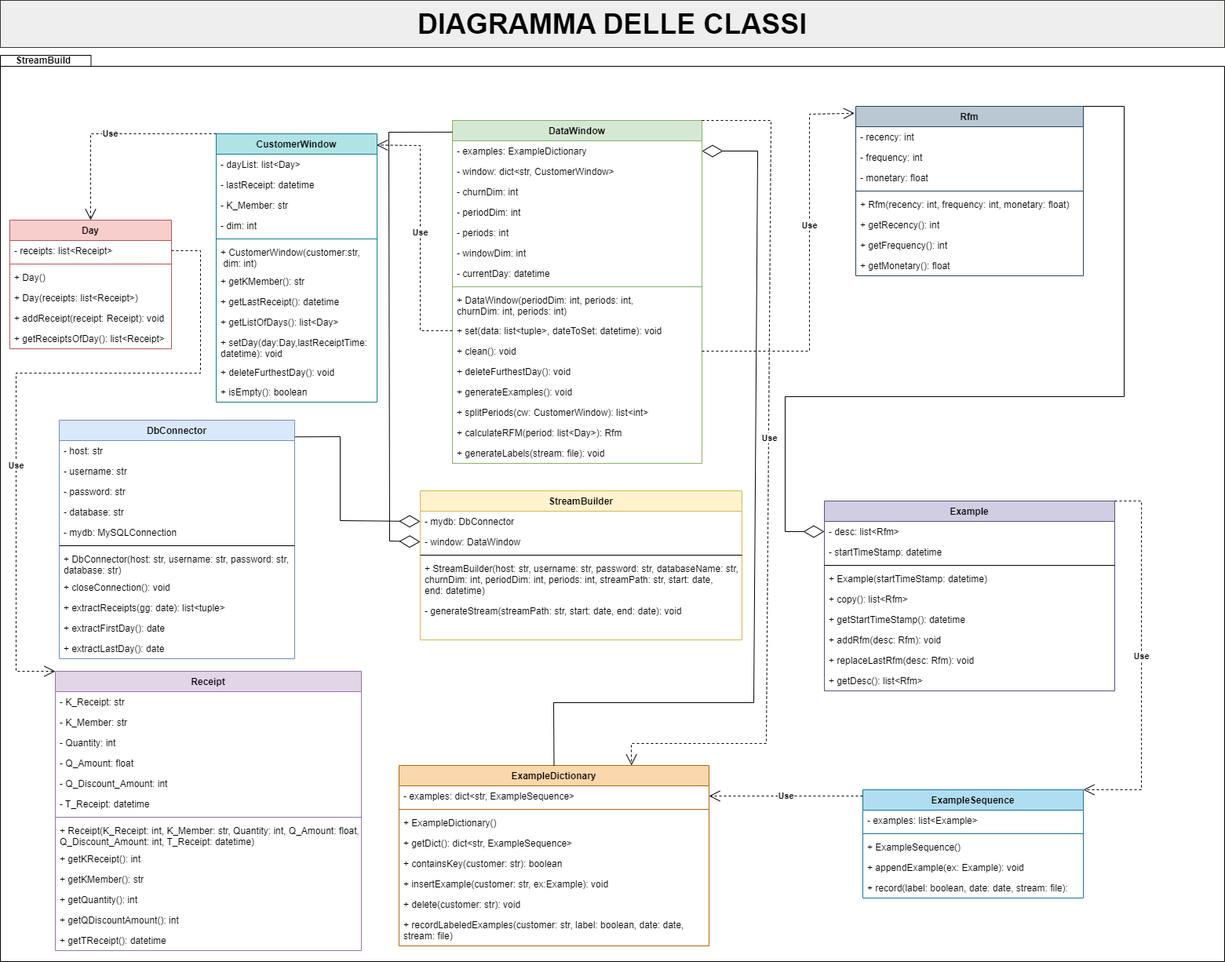
Before: resources/diagrams/Diagramma delle Classi.drawio.png, a diagram exported from draw.io (fralaw/rfm_stream_builder). Source tidied: cells renumbered, new cells last; positions are measured from the earlier drawing's top-left corner, leaving out a move shared by most shapes.
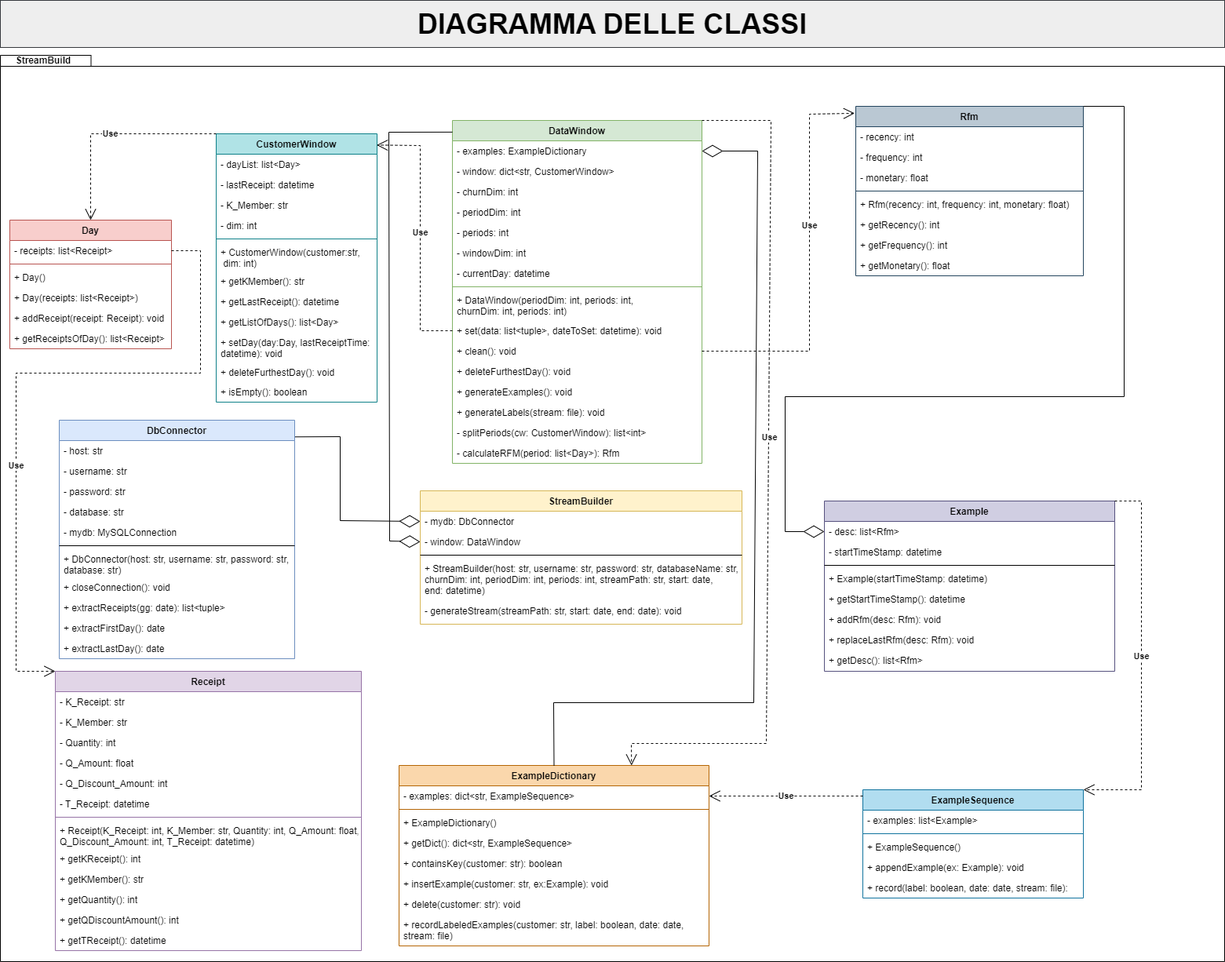
The same diagram one commit later.

Commit message:
Modificata visibilità di due metodi e rimosso copy di example.

The edit, as a diff of the source:
```diff
@@ -42,7 +42,7 @@
       <mxGeometry y="278" width="300" height="26" as="geometry" />
     </mxCell>
     <mxCell id="15" value="StreamBuilder" style="swimlane;fontStyle=1;align=center;verticalAlign=top;horizontal=1;startSize=26;rounded=0;shadow=0;strokeWidth=1;fillColor=#fff2cc;strokeColor=#d6b656;" parent="1" vertex="1">
-      <mxGeometry x="535" y="625" width="410" height="190" as="geometry" />
+      <mxGeometry x="535" y="625" width="410" height="170" as="geometry" />
     </mxCell>
     <mxCell id="16" value="- mydb: DbConnector" style="text;align=left;verticalAlign=top;spacingLeft=4;spacingRight=4;overflow=hidden;points=[[0,0.5],[1,0.5]];portConstraint=eastwest;" parent="15" vertex="1">
       <mxGeometry y="26" width="410" height="26" as="geometry" />
@@ -57,10 +57,10 @@
       <mxGeometry y="86" width="410" height="54" as="geometry" />
     </mxCell>
     <mxCell id="20" value="- generateStream(streamPath: str, start: date, end: date): void" style="text;align=left;verticalAlign=top;spacingLeft=4;spacingRight=4;overflow=hidden;" parent="15" vertex="1">
-      <mxGeometry y="140" width="410" height="45" as="geometry" />
+      <mxGeometry y="140" width="410" height="30" as="geometry" />
     </mxCell>
     <mxCell id="21" value="Example" style="swimlane;fontStyle=1;align=center;verticalAlign=top;horizontal=1;startSize=26;rounded=0;shadow=0;strokeWidth=1;fillColor=#d0cee2;strokeColor=#56517e;" parent="1" vertex="1">
-      <mxGeometry x="1050" y="638" width="370" height="242" as="geometry" />
+      <mxGeometry x="1050" y="638" width="370" height="217" as="geometry" />
     </mxCell>
     <mxCell id="22" value="- desc: list&lt;Rfm&gt;" style="text;align=left;verticalAlign=top;spacingLeft=4;spacingRight=4;overflow=hidden;points=[[0,0.5],[1,0.5]];portConstraint=eastwest;" parent="21" vertex="1">
       <mxGeometry y="26" width="370" height="26" as="geometry" />
@@ -74,20 +74,17 @@
     <mxCell id="25" value="+ Example(startTimeStamp: datetime)" style="text;align=left;verticalAlign=top;spacingLeft=4;spacingRight=4;overflow=hidden;" parent="21" vertex="1">
       <mxGeometry y="86" width="370" height="26" as="geometry" />
     </mxCell>
-    <mxCell id="26" value="+ copy(): list&lt;Rfm&gt;" style="text;align=left;verticalAlign=top;spacingLeft=4;spacingRight=4;overflow=hidden;" parent="21" vertex="1">
-      <mxGeometry y="112" width="370" height="26" as="geometry" />
-    </mxCell>
     <mxCell id="27" value="+ getStartTimeStamp(): datetime" style="text;align=left;verticalAlign=top;spacingLeft=4;spacingRight=4;overflow=hidden;" parent="21" vertex="1">
-      <mxGeometry y="138" width="370" height="26" as="geometry" />
+      <mxGeometry y="112" width="370" height="26" as="geometry" />
     </mxCell>
     <mxCell id="28" value="+ addRfm(desc: Rfm): void" style="text;align=left;verticalAlign=top;spacingLeft=4;spacingRight=4;overflow=hidden;" parent="21" vertex="1">
-      <mxGeometry y="164" width="370" height="26" as="geometry" />
+      <mxGeometry y="138" width="370" height="26" as="geometry" />
     </mxCell>
     <mxCell id="29" value="+ replaceLastRfm(desc: Rfm): void" style="text;align=left;verticalAlign=top;spacingLeft=4;spacingRight=4;overflow=hidden;" parent="21" vertex="1">
-      <mxGeometry y="190" width="370" height="26" as="geometry" />
+      <mxGeometry y="164" width="370" height="26" as="geometry" />
     </mxCell>
     <mxCell id="30" value="+ getDesc(): list&lt;Rfm&gt;" style="text;align=left;verticalAlign=top;spacingLeft=4;spacingRight=4;overflow=hidden;" parent="21" vertex="1">
-      <mxGeometry y="216" width="370" height="26" as="geometry" />
+      <mxGeometry y="190" width="370" height="26" as="geometry" />
     </mxCell>
     <mxCell id="31" value="Rfm" style="swimlane;fontStyle=1;align=center;verticalAlign=top;horizontal=1;startSize=26;strokeColor=#23445d;fillColor=#bac8d3;" parent="1" vertex="1">
       <mxGeometry x="1090" y="135" width="290" height="216" as="geometry" />
@@ -164,15 +161,15 @@
     <mxCell id="55" value="+ generateExamples(): void" style="text;strokeColor=none;fillColor=none;align=left;verticalAlign=top;spacingLeft=4;spacingRight=4;overflow=hidden;" parent="42" vertex="1">
       <mxGeometry y="333" width="318" height="26" as="geometry" />
     </mxCell>
+    <mxCell id="58" value="+ generateLabels(stream: file): void" style="text;strokeColor=none;fillColor=none;align=left;verticalAlign=top;spacingLeft=4;spacingRight=4;overflow=hidden;" parent="42" vertex="1">
+      <mxGeometry y="359" width="318" height="26" as="geometry" />
+    </mxCell>
-    <mxCell id="56" value="+ splitPeriods(cw: CustomerWindow): list&lt;int&gt;" style="text;strokeColor=none;fillColor=none;align=left;verticalAlign=top;spacingLeft=4;spacingRight=4;overflow=hidden;" parent="42" vertex="1">
-      <mxGeometry y="359" width="318" height="26" as="geometry" />
+    <mxCell id="56" value="- splitPeriods(cw: CustomerWindow): list&lt;int&gt;" style="text;strokeColor=none;fillColor=none;align=left;verticalAlign=top;spacingLeft=4;spacingRight=4;overflow=hidden;" parent="42" vertex="1">
+      <mxGeometry y="385" width="318" height="26" as="geometry" />
     </mxCell>
-    <mxCell id="57" value="+ calculateRFM(period: list&lt;Day&gt;): Rfm" style="text;strokeColor=none;fillColor=none;align=left;verticalAlign=top;spacingLeft=4;spacingRight=4;overflow=hidden;" parent="42" vertex="1">
-      <mxGeometry y="385" width="318" height="26" as="geometry" />
+    <mxCell id="57" value="- calculateRFM(period: list&lt;Day&gt;): Rfm" style="text;strokeColor=none;fillColor=none;align=left;verticalAlign=top;spacingLeft=4;spacingRight=4;overflow=hidden;" parent="42" vertex="1">
+      <mxGeometry y="411" width="318" height="26" as="geometry" />
     </mxCell>
-    <mxCell id="58" value="+ generateLabels(stream: file): void" style="text;strokeColor=none;fillColor=none;align=left;verticalAlign=top;spacingLeft=4;spacingRight=4;overflow=hidden;" parent="42" vertex="1">
-      <mxGeometry y="411" width="318" height="26" as="geometry" />
-    </mxCell>
     <mxCell id="59" value="ExampleDictionary" style="swimlane;fontStyle=1;align=center;verticalAlign=top;horizontal=1;startSize=26;strokeColor=#b46504;fillColor=#fad7ac;" parent="1" vertex="1">
       <mxGeometry x="508" y="975" width="395" height="230" as="geometry" />
     </mxCell>
@@ -338,7 +335,7 @@
     <mxCell id="107" value="+ getListOfDays(): list&lt;Day&gt;" style="text;strokeColor=none;fillColor=none;align=left;verticalAlign=top;spacingLeft=4;spacingRight=4;overflow=hidden;" parent="98" vertex="1">
       <mxGeometry y="227" width="205" height="26" as="geometry" />
     </mxCell>
-    <mxCell id="108" value="+ setDay(day:Day,lastReceiptTime:&#10;datetime): void" style="text;strokeColor=none;fillColor=none;align=left;verticalAlign=top;spacingLeft=4;spacingRight=4;overflow=hidden;" parent="98" vertex="1">
+    <mxCell id="108" value="+ setDay(day:Day, lastReceiptTime:&#10;datetime): void" style="text;strokeColor=none;fillColor=none;align=left;verticalAlign=top;spacingLeft=4;spacingRight=4;overflow=hidden;" parent="98" vertex="1">
       <mxGeometry y="253" width="205" height="38" as="geometry" />
     </mxCell>
     <mxCell id="109" value="+ deleteFurthestDay(): void" style="text;strokeColor=none;fillColor=none;align=left;verticalAlign=top;spacingLeft=4;spacingRight=4;overflow=hidden;" parent="98" vertex="1">
```
